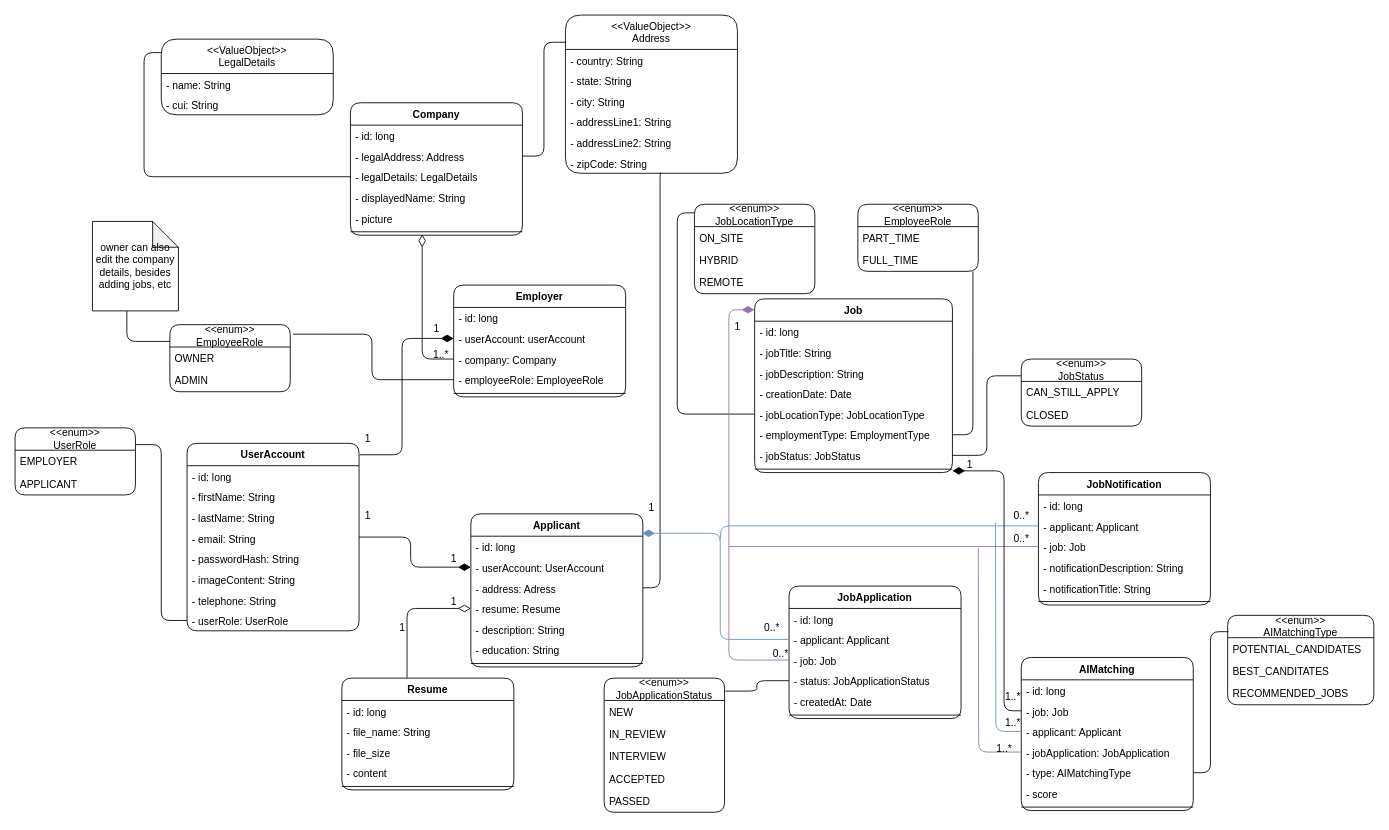
Before: page "class diagram" (2 of 3) of ProjectDiagrams.drawio in anisia1204/AIcruter, a draw.io diagram. Source tidied: cells renumbered, new cells numbered last; positions are measured from the earlier drawing's top-left corner, leaving out a move shared by most shapes. Both pictures are drawn from the tidied source at 86%, with x=0, y=0 at pixel (15, 15).
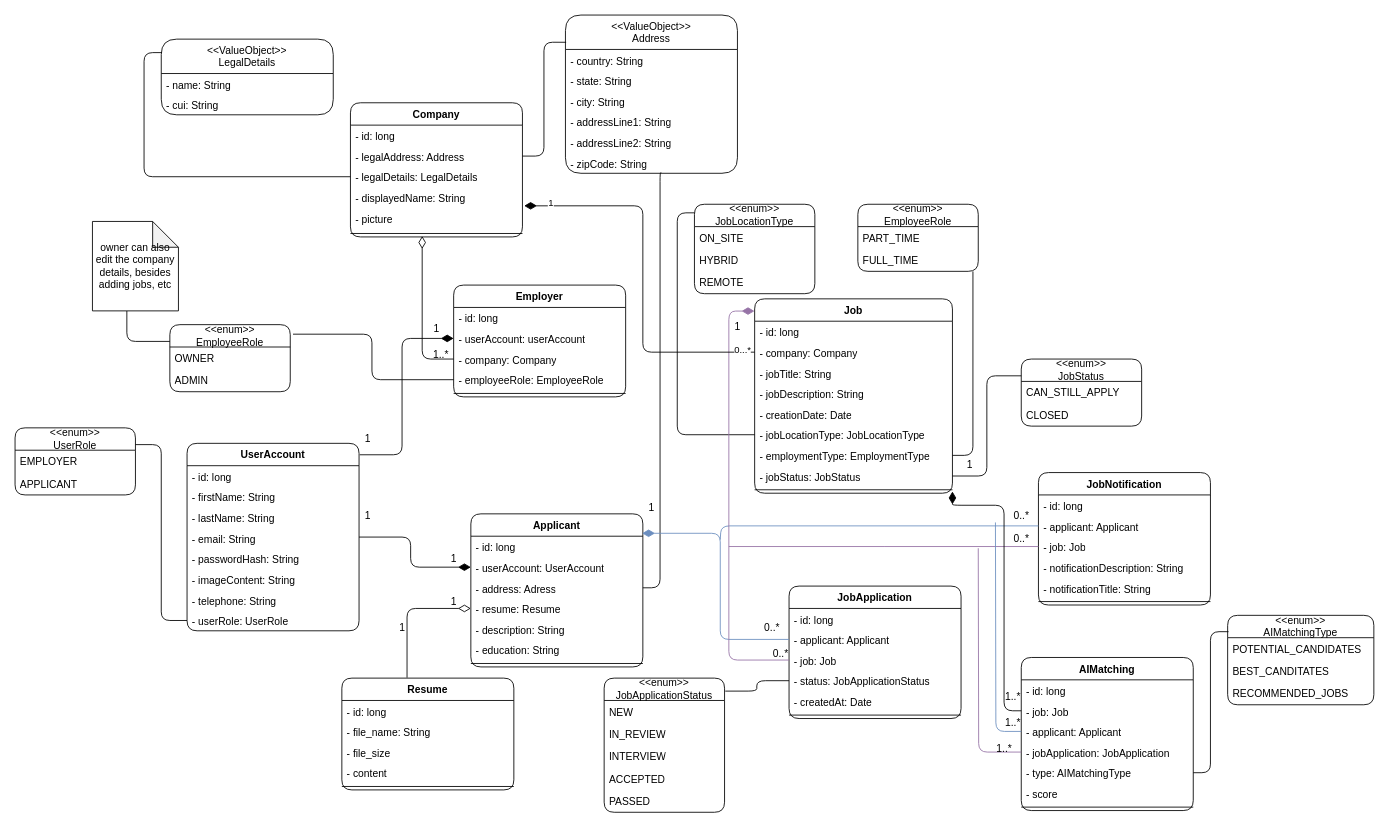
The same page after the edit.

The change refers to these unchanged cells:
```xml
<mxCell id="127" value="- job: Job" style="text;strokeColor=none;fillColor=none;align=left;verticalAlign=top;spacingLeft=4;spacingRight=4;overflow=hidden;points=[[0,0.5],[1,0.5]];portConstraint=eastwest;whiteSpace=wrap;html=1;" parent="125" vertex="1">
  <mxGeometry y="50" width="200" height="24" as="geometry" />
</mxCell>
```

What changed in the source:
```diff
@@
     <mxCell id="2" value="Company" style="swimlane;fontStyle=1;align=center;verticalAlign=top;horizontal=1;startSize=26;whiteSpace=wrap;html=1;swimlaneLine=1;rounded=1;" parent="1" vertex="1">
-      <mxGeometry x="390" y="102" width="200" height="154" as="geometry" />
+      <mxGeometry x="390" y="102" width="200" height="156" as="geometry" />
     </mxCell>
@@
     <mxCell id="7" value="- picture" style="text;strokeColor=none;fillColor=none;align=left;verticalAlign=top;spacingLeft=4;spacingRight=4;overflow=hidden;points=[[0,0.5],[1,0.5]];portConstraint=eastwest;whiteSpace=wrap;html=1;" parent="2" vertex="1">
-      <mxGeometry y="122" width="200" height="24" as="geometry" />
+      <mxGeometry y="122" width="200" height="26" as="geometry" />
     </mxCell>
     <mxCell id="8" style="line;strokeWidth=1;fillColor=none;align=left;verticalAlign=middle;spacingTop=-1;spacingLeft=3;spacingRight=3;labelPosition=right;points=[];portConstraint=eastwest;strokeColor=inherit;" parent="2" vertex="1">
-      <mxGeometry y="146" width="200" height="8" as="geometry" />
+      <mxGeometry y="148" width="200" height="8" as="geometry" />
     </mxCell>
@@
     <mxCell id="23" value="Job" style="swimlane;fontStyle=1;align=center;verticalAlign=top;horizontal=1;startSize=26;whiteSpace=wrap;html=1;swimlaneLine=1;rounded=1;" parent="1" vertex="1">
-      <mxGeometry x="860" y="330" width="230" height="202" as="geometry" />
+      <mxGeometry x="860" y="330" width="230" height="226" as="geometry" />
     </mxCell>
@@
+    <mxCell id="145" value="- company: Company" style="text;strokeColor=none;fillColor=none;align=left;verticalAlign=top;spacingLeft=4;spacingRight=4;overflow=hidden;points=[[0,0.5],[1,0.5]];portConstraint=eastwest;whiteSpace=wrap;html=1;" parent="23" vertex="1">
+      <mxGeometry y="50" width="230" height="24" as="geometry" />
+    </mxCell>
     <mxCell id="25" value="- jobTitle: String" style="text;strokeColor=none;fillColor=none;align=left;verticalAlign=top;spacingLeft=4;spacingRight=4;overflow=hidden;whiteSpace=wrap;html=1;" parent="23" vertex="1">
-      <mxGeometry y="50" width="230" height="24" as="geometry" />
+      <mxGeometry y="74" width="230" height="24" as="geometry" />
     </mxCell>
     <mxCell id="26" value="- jobDescription: String" style="text;strokeColor=none;fillColor=none;align=left;verticalAlign=top;spacingLeft=4;spacingRight=4;overflow=hidden;whiteSpace=wrap;html=1;" parent="23" vertex="1">
-      <mxGeometry y="74" width="230" height="24" as="geometry" />
+      <mxGeometry y="98" width="230" height="24" as="geometry" />
     </mxCell>
     <mxCell id="27" value="- creationDate: Date" style="text;strokeColor=none;fillColor=none;align=left;verticalAlign=top;spacingLeft=4;spacingRight=4;overflow=hidden;whiteSpace=wrap;html=1;" parent="23" vertex="1">
-      <mxGeometry y="98" width="230" height="24" as="geometry" />
+      <mxGeometry y="122" width="230" height="24" as="geometry" />
     </mxCell>
     <mxCell id="28" value="- jobLocationType: JobLocationType" style="text;strokeColor=none;fillColor=none;align=left;verticalAlign=top;spacingLeft=4;spacingRight=4;overflow=hidden;points=[[0,0.5],[1,0.5]];portConstraint=eastwest;whiteSpace=wrap;html=1;" parent="23" vertex="1">
-      <mxGeometry y="122" width="230" height="24" as="geometry" />
+      <mxGeometry y="146" width="230" height="24" as="geometry" />
     </mxCell>
     <mxCell id="29" value="- employmentType: EmploymentType" style="text;strokeColor=none;fillColor=none;align=left;verticalAlign=top;spacingLeft=4;spacingRight=4;overflow=hidden;points=[[0,0.5],[1,0.5]];portConstraint=eastwest;whiteSpace=wrap;html=1;" parent="23" vertex="1">
-      <mxGeometry y="146" width="230" height="24" as="geometry" />
+      <mxGeometry y="170" width="230" height="24" as="geometry" />
     </mxCell>
     <mxCell id="30" value="- jobStatus: JobStatus" style="text;strokeColor=none;fillColor=none;align=left;verticalAlign=top;spacingLeft=4;spacingRight=4;overflow=hidden;points=[[0,0.5],[1,0.5]];portConstraint=eastwest;whiteSpace=wrap;html=1;" parent="23" vertex="1">
-      <mxGeometry y="170" width="230" height="24" as="geometry" />
+      <mxGeometry y="194" width="230" height="24" as="geometry" />
     </mxCell>
     <mxCell id="31" style="line;strokeWidth=1;fillColor=none;align=left;verticalAlign=middle;spacingTop=-1;spacingLeft=3;spacingRight=3;labelPosition=right;points=[];portConstraint=eastwest;strokeColor=inherit;" parent="23" vertex="1">
-      <mxGeometry y="194" width="230" height="8" as="geometry" />
+      <mxGeometry y="218" width="230" height="8" as="geometry" />
     </mxCell>
@@
     <mxCell id="140" style="edgeStyle=orthogonalEdgeStyle;rounded=1;jettySize=auto;html=1;entryX=1;entryY=0.75;entryDx=0;entryDy=0;entryPerimeter=0;endArrow=diamondThin;endFill=1;endSize=12;curved=0;" parent="1" edge="1" source="127" target="31">
       <mxGeometry relative="1" as="geometry">
         <Array as="points">
           <mxPoint x="1150" y="809" />
-          <mxPoint x="1150" y="530" />
+          <mxPoint x="1150" y="570" />
+          <mxPoint x="1090" y="570" />
         </Array>
       </mxGeometry>
     </mxCell>
@@
+    <mxCell id="146" style="edgeStyle=orthogonalEdgeStyle;rounded=1;jettySize=auto;html=1;entryX=1.01;entryY=-0.083;entryDx=0;entryDy=0;entryPerimeter=0;curved=0;endArrow=diamondThin;endFill=1;targetPerimeterSpacing=0;endSize=12;" parent="1" edge="1" source="145" target="7">
+      <mxGeometry relative="1" as="geometry" />
+    </mxCell>
+    <mxCell id="147" value="1" style="edgeLabel;html=1;align=center;verticalAlign=middle;" parent="146" vertex="1">
+      <mxGeometry x="0.86" y="-3" relative="1" as="geometry" />
+    </mxCell>
+    <mxCell id="148" value="0...*" style="edgeLabel;html=1;align=center;verticalAlign=middle;" parent="146" vertex="1">
+      <mxGeometry x="-0.93" y="-4" relative="1" as="geometry" />
+    </mxCell>
```
